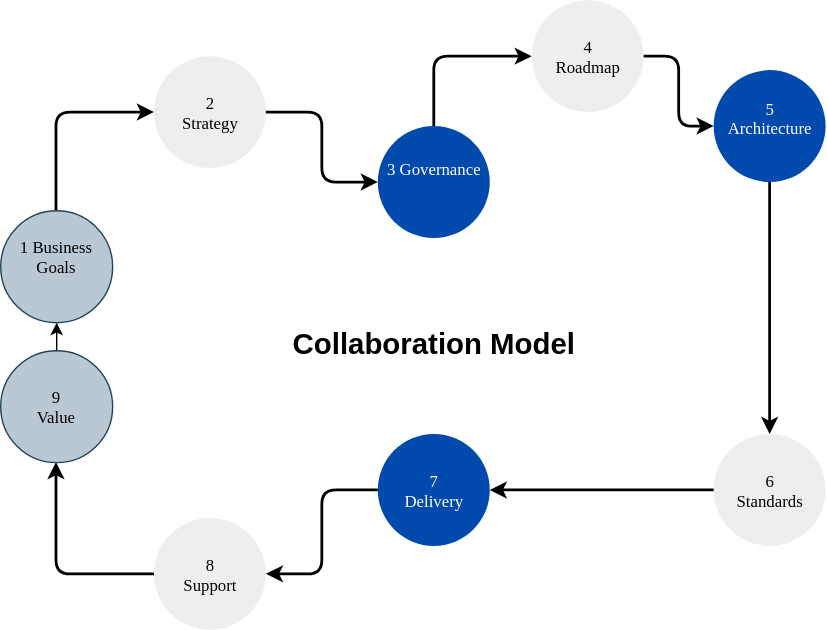
Earlier version of the draw.io export OperatingModel.svg (kieran-travis/drawio). Source tidied: cells renumbered, new cells last; positions are measured from the earlier drawing's top-left corner, leaving out a move shared by most shapes.
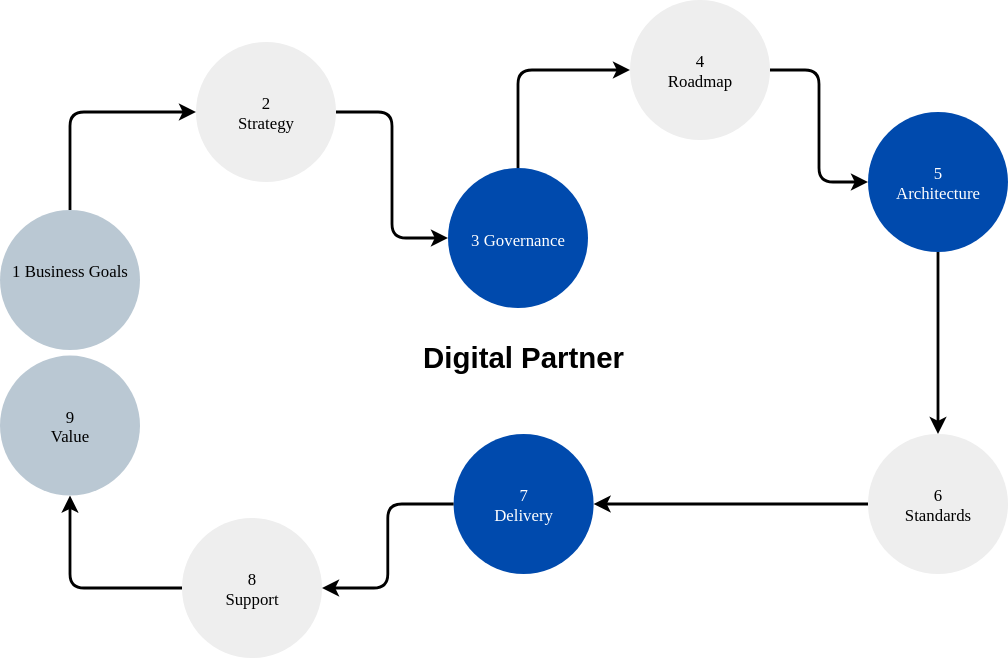
The same diagram one commit later.

Change to the diagram source:
```diff
@@ -2,37 +2,32 @@
   <root>
     <mxCell id="0" />
     <mxCell id="1" parent="0" />
-    <mxCell id="2" style="edgeStyle=orthogonalEdgeStyle;rounded=0;jettySize=auto;html=1;exitX=0.5;exitY=0;exitDx=0;exitDy=0;entryX=0.5;entryY=1;entryDx=0;entryDy=0;" parent="1" edge="1" target="4">
-      <mxGeometry relative="1" as="geometry">
-        <mxPoint x="40" y="250" as="sourcePoint" />
-      </mxGeometry>
-    </mxCell>
     <mxCell id="3" style="edgeStyle=orthogonalEdgeStyle;rounded=1;jettySize=auto;html=1;entryX=0;entryY=0.5;entryDx=0;entryDy=0;exitX=0.5;exitY=0;exitDx=0;exitDy=0;curved=0;fillColor=#e1d5e7;strokeColor=#000000;strokeWidth=2;" parent="1" edge="1" source="4" target="8">
       <mxGeometry relative="1" as="geometry" />
     </mxCell>
-    <mxCell id="4" value="1 Business Goals" style="ellipse;whiteSpace=wrap;html=1;shapeInside=1;fillColor=#bac8d3;fontFamily=Verdana;align=center;verticalAlign=middle;fontSize=12;strokeColor=#23445d;" parent="1" vertex="1">
-      <mxGeometry y="150" width="80" height="80" as="geometry" />
+    <mxCell id="4" value="1 Business Goals" style="ellipse;whiteSpace=wrap;html=1;shapeInside=1;fillColor=#bac8d3;fontFamily=Verdana;align=center;verticalAlign=middle;fontSize=12;strokeColor=none;" parent="1" vertex="1">
+      <mxGeometry x="-90" y="140" width="100" height="100" as="geometry" />
     </mxCell>
     <mxCell id="5" value="3 Governance" style="ellipse;whiteSpace=wrap;html=1;shapeInside=1;fillColor=light-dark(#004aad, #198cc4);strokeColor=none;fontFamily=Verdana;fontColor=#ffffff;" parent="1" vertex="1">
-      <mxGeometry x="270" y="90" width="80" height="80" as="geometry" />
+      <mxGeometry x="230" y="110" width="100" height="100" as="geometry" />
     </mxCell>
     <mxCell id="6" value="5&lt;br&gt;Architecture" style="ellipse;whiteSpace=wrap;html=1;shapeInside=1;fillColor=light-dark(#004aad, #198cc4);strokeColor=none;fontFamily=Verdana;fontColor=#ffffff;" parent="1" vertex="1">
-      <mxGeometry x="510" y="50" width="80" height="80" as="geometry" />
+      <mxGeometry x="530" y="70" width="100" height="100" as="geometry" />
     </mxCell>
     <mxCell id="7" value="7&lt;br&gt;Delivery" style="ellipse;whiteSpace=wrap;html=1;shapeInside=1;fillColor=light-dark(#004aad, #198cc4);strokeColor=none;fontFamily=Verdana;fontColor=#ffffff;" parent="1" vertex="1">
-      <mxGeometry x="270" y="310" width="80" height="80" as="geometry" />
+      <mxGeometry x="234" y="300" width="100" height="100" as="geometry" />
     </mxCell>
     <mxCell id="8" value="2&lt;br&gt;Strategy" style="ellipse;whiteSpace=wrap;html=1;shapeInside=1;fontFamily=Verdana;strokeColor=none;fillColor=#eeeeee;" parent="1" vertex="1">
-      <mxGeometry x="110" y="40" width="80" height="80" as="geometry" />
+      <mxGeometry x="50" y="20" width="100" height="100" as="geometry" />
     </mxCell>
     <mxCell id="9" value="4&lt;br&gt;Roadmap" style="ellipse;whiteSpace=wrap;html=1;shapeInside=1;fontFamily=Verdana;strokeColor=none;fillColor=#eeeeee;" parent="1" vertex="1">
-      <mxGeometry x="380" width="80" height="80" as="geometry" />
+      <mxGeometry x="360" y="-10" width="100" height="100" as="geometry" />
     </mxCell>
     <mxCell id="10" value="6&lt;br&gt;Standards" style="ellipse;whiteSpace=wrap;html=1;shapeInside=1;fontFamily=Verdana;strokeColor=none;fillColor=#eeeeee;" parent="1" vertex="1">
-      <mxGeometry x="510" y="310" width="80" height="80" as="geometry" />
+      <mxGeometry x="530" y="300" width="100" height="100" as="geometry" />
     </mxCell>
     <mxCell id="11" value="8&lt;br&gt;Support" style="ellipse;whiteSpace=wrap;html=1;shapeInside=1;fontFamily=Verdana;strokeColor=none;fillColor=#eeeeee;" parent="1" vertex="1">
-      <mxGeometry x="110" y="370" width="80" height="80" as="geometry" />
+      <mxGeometry x="40" y="360" width="100" height="100" as="geometry" />
     </mxCell>
     <mxCell id="12" style="edgeStyle=orthogonalEdgeStyle;rounded=1;jettySize=auto;html=1;entryX=0;entryY=0.5;entryDx=0;entryDy=0;curved=0;strokeWidth=2;" parent="1" edge="1" source="8" target="5">
       <mxGeometry relative="1" as="geometry" />
@@ -52,16 +47,14 @@
     <mxCell id="17" style="edgeStyle=orthogonalEdgeStyle;rounded=1;jettySize=auto;html=1;entryX=1;entryY=0.5;entryDx=0;entryDy=0;exitX=0;exitY=0.5;exitDx=0;exitDy=0;curved=0;strokeWidth=2;" parent="1" edge="1" source="7" target="11">
       <mxGeometry relative="1" as="geometry" />
     </mxCell>
-    <mxCell id="18" style="edgeStyle=orthogonalEdgeStyle;rounded=1;jettySize=auto;html=1;entryX=0.5;entryY=1;entryDx=0;entryDy=0;exitX=0;exitY=0.5;exitDx=0;exitDy=0;curved=0;strokeWidth=2;" parent="1" edge="1" source="11">
-      <mxGeometry relative="1" as="geometry">
-        <mxPoint x="40" y="330" as="targetPoint" />
-      </mxGeometry>
+    <mxCell id="18" style="edgeStyle=orthogonalEdgeStyle;rounded=1;jettySize=auto;html=1;entryX=0.5;entryY=1;entryDx=0;entryDy=0;exitX=0;exitY=0.5;exitDx=0;exitDy=0;curved=0;strokeWidth=2;" parent="1" edge="1" source="11" target="20">
+      <mxGeometry relative="1" as="geometry" />
     </mxCell>
-    <mxCell id="19" value="Collaboration Model" style="text;html=1;whiteSpace=wrap;strokeColor=none;fillColor=none;align=center;verticalAlign=middle;rounded=0;fontSize=21;fontStyle=1;" parent="1" vertex="1">
-      <mxGeometry x="200" y="230" width="220" height="30" as="geometry" />
+    <mxCell id="19" value="Digital Partner" style="text;html=1;whiteSpace=wrap;strokeColor=none;fillColor=none;align=center;verticalAlign=middle;rounded=0;fontSize=21;fontStyle=1;" parent="1" vertex="1">
+      <mxGeometry x="144" y="230" width="280" height="30" as="geometry" />
     </mxCell>
-    <mxCell id="20" value="9&lt;br&gt;Value" style="ellipse;whiteSpace=wrap;html=1;shapeInside=1;fillColor=#bac8d3;fontFamily=Verdana;align=center;verticalAlign=middle;fontSize=12;strokeColor=#23445d;" parent="1" vertex="1">
-      <mxGeometry y="250" width="80" height="80" as="geometry" />
+    <mxCell id="20" value="9&lt;br&gt;Value" style="ellipse;whiteSpace=wrap;html=1;shapeInside=1;fillColor=#bac8d3;fontFamily=Verdana;align=center;verticalAlign=middle;fontSize=12;strokeColor=none;" parent="1" vertex="1">
+      <mxGeometry x="-90" y="244" width="100" height="100" as="geometry" />
     </mxCell>
   </root>
 </mxGraphModel>
```
